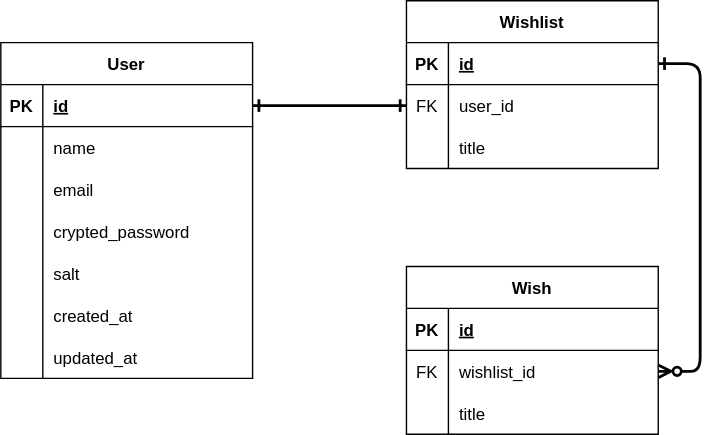
This is ER.drawio.svg from sumisumi2000/WishWay, a draw.io export, as it was before one commit. Source tidied: cells renumbered, new cells last; positions are measured from the earlier drawing's top-left corner, leaving out a move shared by most shapes.
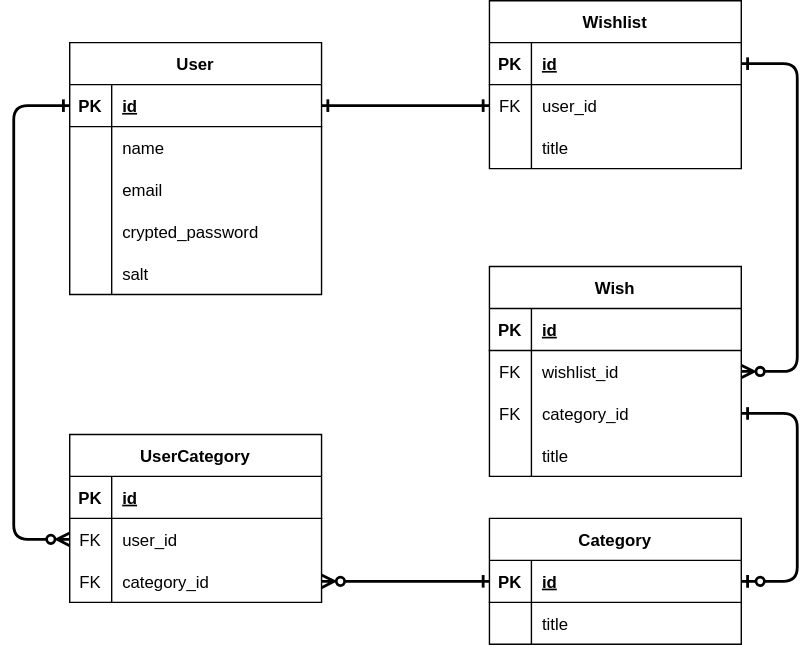
Above is the later version.

Diff of the diagram source:
```diff
@@ -3,7 +3,7 @@
     <mxCell id="0" />
     <mxCell id="1" parent="0" />
     <mxCell id="2" value="User" style="shape=table;startSize=30;rowLines=0;fontStyle=1;align=center;" parent="1" vertex="1">
-      <mxGeometry y="30" width="180" height="240" as="geometry" />
+      <mxGeometry x="-10" y="30" width="180" height="180" as="geometry" />
     </mxCell>
     <mxCell id="3" style="shape=tableRow;horizontal=0;startSize=0;swimlaneHead=0;swimlaneBody=0;fillColor=none;points=[[0,0.5],[1,0.5]];portConstraint=eastwest;top=0;left=0;right=0;bottom=1;" parent="2" vertex="1">
       <mxGeometry y="30" width="180" height="30" as="geometry" />
@@ -50,24 +50,6 @@
     <mxCell id="17" value="salt    " style="shape=partialRectangle;fillColor=none;top=0;left=0;bottom=0;right=0;align=left;spacingLeft=6;overflow=hidden;" parent="15" vertex="1">
       <mxGeometry x="30" width="150" height="30" as="geometry" />
     </mxCell>
-    <mxCell id="18" style="shape=tableRow;horizontal=0;startSize=0;swimlaneHead=0;swimlaneBody=0;fillColor=none;top=0;left=0;right=0;bottom=0;" parent="2" vertex="1">
-      <mxGeometry y="180" width="180" height="30" as="geometry" />
-    </mxCell>
-    <mxCell id="19" style="shape=partialRectangle;fillColor=none;top=0;left=0;bottom=0;right=0;overflow=hidden;" parent="18" vertex="1">
-      <mxGeometry width="30" height="30" as="geometry" />
-    </mxCell>
-    <mxCell id="20" value="created_at" style="shape=partialRectangle;fillColor=none;top=0;left=0;bottom=0;right=0;align=left;spacingLeft=6;overflow=hidden;" parent="18" vertex="1">
-      <mxGeometry x="30" width="150" height="30" as="geometry" />
-    </mxCell>
-    <mxCell id="21" style="shape=tableRow;horizontal=0;startSize=0;swimlaneHead=0;swimlaneBody=0;fillColor=none;top=0;left=0;right=0;bottom=0;" parent="2" vertex="1">
-      <mxGeometry y="210" width="180" height="30" as="geometry" />
-    </mxCell>
-    <mxCell id="22" style="shape=partialRectangle;fillColor=none;top=0;left=0;bottom=0;right=0;overflow=hidden;" parent="21" vertex="1">
-      <mxGeometry width="30" height="30" as="geometry" />
-    </mxCell>
-    <mxCell id="23" value="updated_at" style="shape=partialRectangle;fillColor=none;top=0;left=0;bottom=0;right=0;align=left;spacingLeft=6;overflow=hidden;" parent="21" vertex="1">
-      <mxGeometry x="30" width="150" height="30" as="geometry" />
-    </mxCell>
     <mxCell id="24" value="Wishlist" style="shape=table;startSize=30;rowLines=0;fontStyle=1;align=center;" parent="1" vertex="1">
       <mxGeometry x="290" width="180" height="120" as="geometry" />
     </mxCell>
@@ -99,7 +81,7 @@
       <mxGeometry x="30" width="150" height="30" as="geometry" />
     </mxCell>
     <mxCell id="34" value="Wish " style="shape=table;startSize=30;rowLines=0;fontStyle=1;align=center;" parent="1" vertex="1">
-      <mxGeometry x="290" y="190" width="180" height="120" as="geometry" />
+      <mxGeometry x="290" y="190" width="180" height="150" as="geometry" />
     </mxCell>
     <mxCell id="35" style="shape=tableRow;horizontal=0;startSize=0;swimlaneHead=0;swimlaneBody=0;fillColor=none;top=0;left=0;right=0;bottom=1;" parent="34" vertex="1">
       <mxGeometry y="30" width="180" height="30" as="geometry" />
@@ -122,22 +104,101 @@
     <mxCell id="41" style="shape=tableRow;horizontal=0;startSize=0;swimlaneHead=0;swimlaneBody=0;fillColor=none;points=[[0,0.5],[1,0.5]];portConstraint=eastwest;top=0;left=0;right=0;bottom=0;" parent="34" vertex="1">
       <mxGeometry y="90" width="180" height="30" as="geometry" />
     </mxCell>
-    <mxCell id="42" value="    " style="shape=partialRectangle;fillColor=none;top=0;left=0;bottom=0;right=0;overflow=hidden;" parent="41" vertex="1">
+    <mxCell id="42" value="FK" style="shape=partialRectangle;fillColor=none;top=0;left=0;bottom=0;right=0;overflow=hidden;" parent="41" vertex="1">
       <mxGeometry width="30" height="30" as="geometry" />
     </mxCell>
-    <mxCell id="43" value="title" style="shape=partialRectangle;fillColor=none;top=0;left=0;bottom=0;right=0;align=left;spacingLeft=6;overflow=hidden;" parent="41" vertex="1">
+    <mxCell id="43" value="category_id" style="shape=partialRectangle;fillColor=none;top=0;left=0;bottom=0;right=0;align=left;spacingLeft=6;overflow=hidden;" parent="41" vertex="1">
       <mxGeometry x="30" width="150" height="30" as="geometry" />
     </mxCell>
+    <mxCell id="46" style="shape=tableRow;horizontal=0;startSize=0;swimlaneHead=0;swimlaneBody=0;fillColor=none;top=0;left=0;right=0;bottom=0;" parent="34" vertex="1">
+      <mxGeometry y="120" width="180" height="30" as="geometry" />
+    </mxCell>
+    <mxCell id="47" value="    " style="shape=partialRectangle;fillColor=none;top=0;left=0;bottom=0;right=0;overflow=hidden;" parent="46" vertex="1">
+      <mxGeometry width="30" height="30" as="geometry" />
+    </mxCell>
+    <mxCell id="48" value="title" style="shape=partialRectangle;fillColor=none;top=0;left=0;bottom=0;right=0;align=left;spacingLeft=6;overflow=hidden;" parent="46" vertex="1">
+      <mxGeometry x="30" width="150" height="30" as="geometry" />
+    </mxCell>
     <mxCell id="44" style="edgeStyle=entityRelationEdgeStyle;fontSize=12;html=1;endArrow=ERone;endFill=1;exitX=1;exitY=0.5;exitDx=0;exitDy=0;entryX=0;entryY=0.5;entryDx=0;entryDy=0;startArrow=ERone;startFill=0;strokeWidth=2;" parent="1" edge="1" source="3" target="28">
       <mxGeometry relative="1" as="geometry" />
     </mxCell>
     <mxCell id="45" style="edgeStyle=orthogonalEdgeStyle;html=1;exitX=1;exitY=0.5;exitDx=0;exitDy=0;entryX=1;entryY=0.5;entryDx=0;entryDy=0;strokeWidth=2;startArrow=ERzeroToMany;startFill=0;endArrow=ERone;endFill=0;" parent="1" edge="1" source="38" target="25">
       <mxGeometry relative="1" as="geometry">
         <Array as="points">
-          <mxPoint x="500" y="265" />
-          <mxPoint x="500" y="45" />
+          <mxPoint x="510" y="265" />
+          <mxPoint x="510" y="45" />
         </Array>
       </mxGeometry>
     </mxCell>
+    <mxCell id="49" value="Category" style="shape=table;startSize=30;rowLines=0;fontStyle=1;align=center;" parent="1" vertex="1">
+      <mxGeometry x="290" y="370" width="180" height="90" as="geometry" />
+    </mxCell>
+    <mxCell id="50" style="shape=tableRow;horizontal=0;startSize=0;swimlaneHead=0;swimlaneBody=0;fillColor=none;points=[[0,0.5],[1,0.5]];portConstraint=eastwest;top=0;left=0;right=0;bottom=1;" parent="49" vertex="1">
+      <mxGeometry y="30" width="180" height="30" as="geometry" />
+    </mxCell>
+    <mxCell id="51" value="PK" style="shape=partialRectangle;fillColor=none;top=0;left=0;bottom=0;right=0;fontStyle=1;overflow=hidden;" parent="50" vertex="1">
+      <mxGeometry width="30" height="30" as="geometry" />
+    </mxCell>
+    <mxCell id="52" value="id" style="shape=partialRectangle;fillColor=none;top=0;left=0;bottom=0;right=0;align=left;spacingLeft=6;fontStyle=5;overflow=hidden;" parent="50" vertex="1">
+      <mxGeometry x="30" width="150" height="30" as="geometry" />
+    </mxCell>
+    <mxCell id="53" style="shape=tableRow;horizontal=0;startSize=0;swimlaneHead=0;swimlaneBody=0;fillColor=none;top=0;left=0;right=0;bottom=0;" parent="49" vertex="1">
+      <mxGeometry y="60" width="180" height="30" as="geometry" />
+    </mxCell>
+    <mxCell id="54" value="    " style="shape=partialRectangle;fillColor=none;top=0;left=0;bottom=0;right=0;overflow=hidden;" parent="53" vertex="1">
+      <mxGeometry width="30" height="30" as="geometry" />
+    </mxCell>
+    <mxCell id="55" value="title" style="shape=partialRectangle;fillColor=none;top=0;left=0;bottom=0;right=0;align=left;spacingLeft=6;overflow=hidden;" parent="53" vertex="1">
+      <mxGeometry x="30" width="150" height="30" as="geometry" />
+    </mxCell>
+    <mxCell id="56" value="UserCategory" style="shape=table;startSize=30;rowLines=0;fontStyle=1;align=center;" parent="1" vertex="1">
+      <mxGeometry x="-10" y="310" width="180" height="120" as="geometry" />
+    </mxCell>
+    <mxCell id="57" style="shape=tableRow;horizontal=0;startSize=0;swimlaneHead=0;swimlaneBody=0;fillColor=none;top=0;left=0;right=0;bottom=1;" parent="56" vertex="1">
+      <mxGeometry y="30" width="180" height="30" as="geometry" />
+    </mxCell>
+    <mxCell id="58" value="PK" style="shape=partialRectangle;fillColor=none;top=0;left=0;bottom=0;right=0;fontStyle=1;overflow=hidden;" parent="57" vertex="1">
+      <mxGeometry width="30" height="30" as="geometry" />
+    </mxCell>
+    <mxCell id="59" value="id" style="shape=partialRectangle;fillColor=none;top=0;left=0;bottom=0;right=0;align=left;spacingLeft=6;fontStyle=5;overflow=hidden;" parent="57" vertex="1">
+      <mxGeometry x="30" width="150" height="30" as="geometry" />
+    </mxCell>
+    <mxCell id="60" style="shape=tableRow;horizontal=0;startSize=0;swimlaneHead=0;swimlaneBody=0;fillColor=none;points=[[0,0.5],[1,0.5]];portConstraint=eastwest;top=0;left=0;right=0;bottom=0;" parent="56" vertex="1">
+      <mxGeometry y="60" width="180" height="30" as="geometry" />
+    </mxCell>
+    <mxCell id="61" value="FK" style="shape=partialRectangle;fillColor=none;top=0;left=0;bottom=0;right=0;overflow=hidden;" parent="60" vertex="1">
+      <mxGeometry width="30" height="30" as="geometry" />
+    </mxCell>
+    <mxCell id="62" value="user_id" style="shape=partialRectangle;fillColor=none;top=0;left=0;bottom=0;right=0;align=left;spacingLeft=6;overflow=hidden;" parent="60" vertex="1">
+      <mxGeometry x="30" width="150" height="30" as="geometry" />
+    </mxCell>
+    <mxCell id="63" style="shape=tableRow;horizontal=0;startSize=0;swimlaneHead=0;swimlaneBody=0;fillColor=none;points=[[0,0.5],[1,0.5]];portConstraint=eastwest;top=0;left=0;right=0;bottom=0;" parent="56" vertex="1">
+      <mxGeometry y="90" width="180" height="30" as="geometry" />
+    </mxCell>
+    <mxCell id="64" value="FK" style="shape=partialRectangle;fillColor=none;top=0;left=0;bottom=0;right=0;overflow=hidden;" parent="63" vertex="1">
+      <mxGeometry width="30" height="30" as="geometry" />
+    </mxCell>
+    <mxCell id="65" value="category_id" style="shape=partialRectangle;fillColor=none;top=0;left=0;bottom=0;right=0;align=left;spacingLeft=6;overflow=hidden;" parent="63" vertex="1">
+      <mxGeometry x="30" width="150" height="30" as="geometry" />
+    </mxCell>
+    <mxCell id="66" style="edgeStyle=orthogonalEdgeStyle;html=1;exitX=0;exitY=0.5;exitDx=0;exitDy=0;entryX=0;entryY=0.5;entryDx=0;entryDy=0;startArrow=ERone;startFill=0;endArrow=ERzeroToMany;endFill=0;strokeWidth=2;" parent="1" edge="1" source="3" target="60">
+      <mxGeometry relative="1" as="geometry">
+        <Array as="points">
+          <mxPoint x="-50" y="75" />
+          <mxPoint x="-50" y="385" />
+        </Array>
+      </mxGeometry>
+    </mxCell>
+    <mxCell id="67" style="edgeStyle=orthogonalEdgeStyle;html=1;exitX=0;exitY=0.5;exitDx=0;exitDy=0;entryX=1;entryY=0.5;entryDx=0;entryDy=0;strokeWidth=2;startArrow=ERone;startFill=0;endArrow=ERzeroToMany;endFill=0;" parent="1" edge="1" source="50" target="63">
+      <mxGeometry relative="1" as="geometry" />
+    </mxCell>
+    <mxCell id="68" style="edgeStyle=orthogonalEdgeStyle;html=1;exitX=1;exitY=0.5;exitDx=0;exitDy=0;entryX=1;entryY=0.5;entryDx=0;entryDy=0;strokeWidth=2;startArrow=ERone;startFill=0;endArrow=ERzeroToOne;endFill=0;" parent="1" edge="1" source="41" target="50">
+      <mxGeometry relative="1" as="geometry">
+        <Array as="points">
+          <mxPoint x="510" y="295" />
+          <mxPoint x="510" y="415" />
+        </Array>
+      </mxGeometry>
+    </mxCell>
   </root>
 </mxGraphModel>
```
